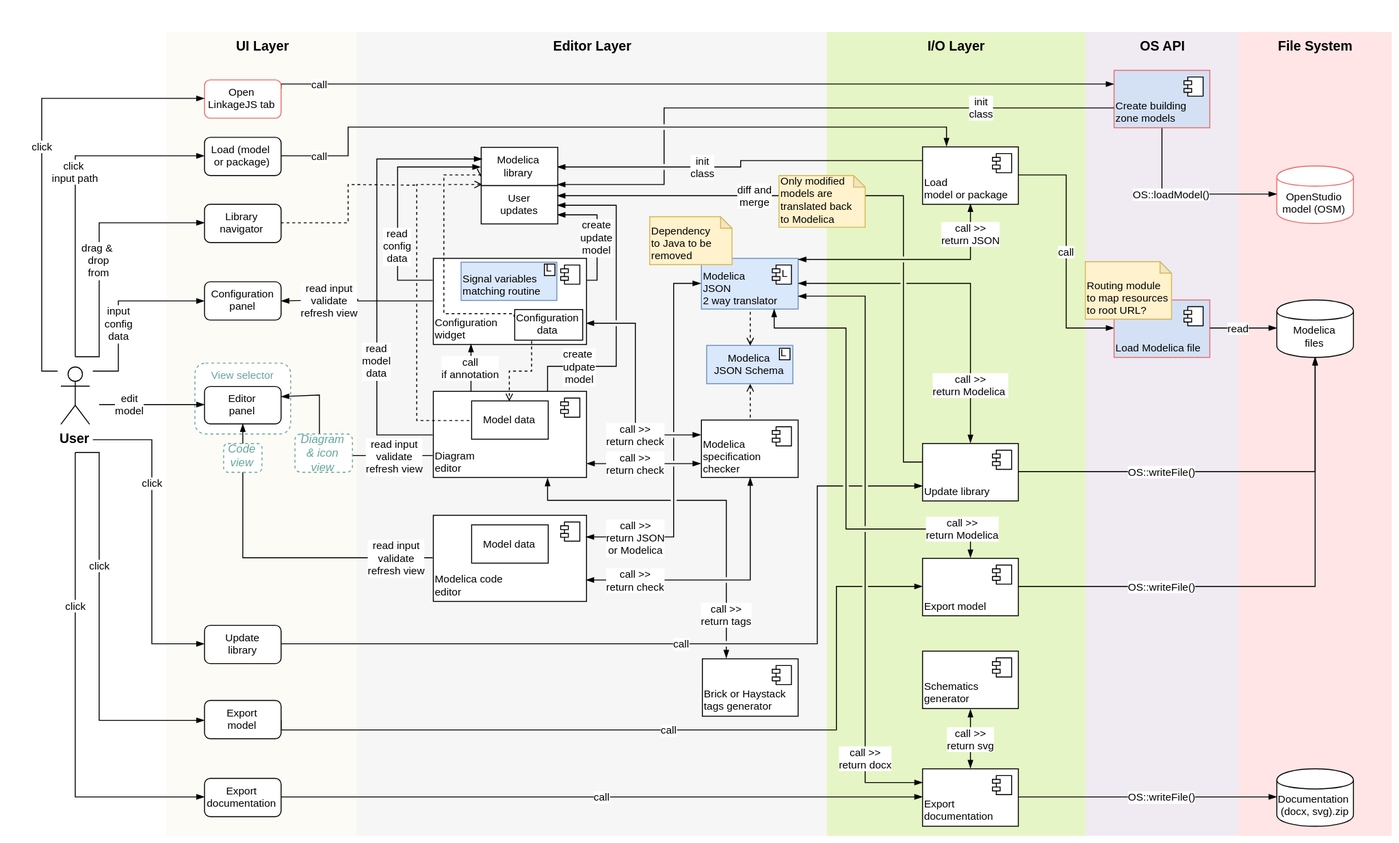
Above: specification/build/html/_images/linkage_architecture_os.svg in lbl-srg/ctrl-flow (draw.io), before the change. Source tidied: cells renumbered, new cells last; positions are measured from the earlier drawing's top-left corner, leaving out a move shared by most shapes.
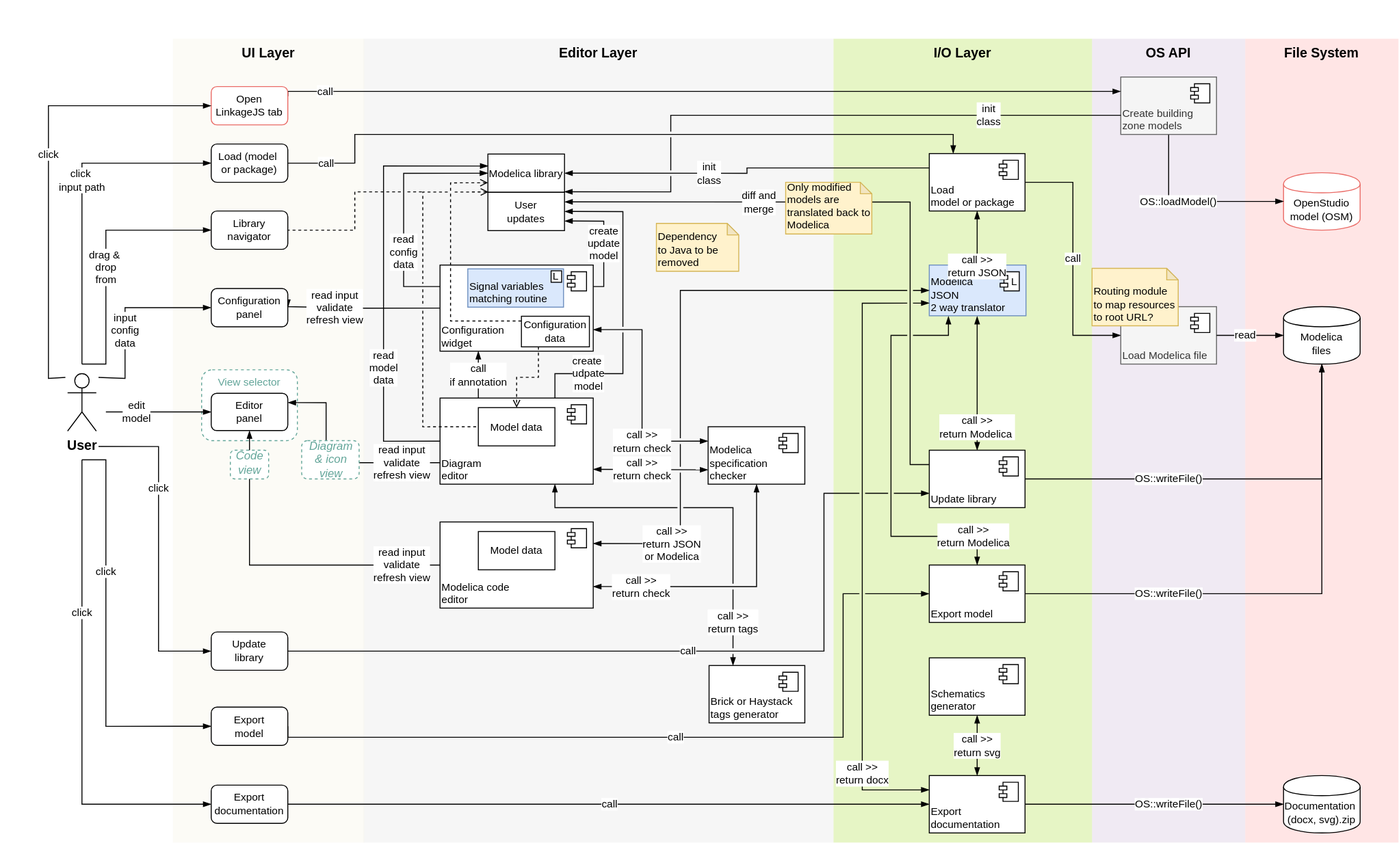
Later version of the same file.

The edit, as a diff of the source:
```diff
@@ -82,7 +82,7 @@
       <mxGeometry x="0.22" relative="1" as="geometry" />
     </mxCell>
     <mxCell id="21" value="Modelica&lt;br&gt;JSON&lt;br&gt;2 way translator" style="html=1;verticalAlign=bottom;align=left;fillColor=#dae8fc;strokeColor=#6c8ebf;fontSize=11;" parent="1" vertex="1">
-      <mxGeometry x="689" y="236.5" width="101" height="53" as="geometry" />
+      <mxGeometry x="920" y="236.5" width="101" height="53" as="geometry" />
     </mxCell>
     <mxCell id="22" value="L" style="shape=component;jettyWidth=8;jettyHeight=4;align=right;fontSize=11;" parent="21" vertex="1">
       <mxGeometry x="1" width="20" height="20" relative="1" as="geometry">
@@ -109,14 +109,14 @@
       </mxGeometry>
     </mxCell>
     <mxCell id="26" value="call &amp;gt;&amp;gt;&lt;br style=&quot;font-size: 11px&quot;&gt;return JSON" style="edgeStyle=orthogonalEdgeStyle;rounded=0;jettySize=auto;html=1;exitX=0.5;exitY=1;exitDx=0;exitDy=0;endArrow=blockThin;endFill=1;startArrow=blockThin;startFill=1;fontSize=11;" parent="1" edge="1" source="28">
-      <mxGeometry x="-0.73" relative="1" as="geometry">
-        <mxPoint x="790" y="237.7" as="targetPoint" />
+      <mxGeometry x="1" y="-28" relative="1" as="geometry">
+        <mxPoint x="970" y="238" as="targetPoint" />
         <Array as="points">
           <mxPoint x="970" y="238" />
         </Array>
       </mxGeometry>
     </mxCell>
-    <mxCell id="27" value="call" style="edgeStyle=orthogonalEdgeStyle;rounded=0;jettySize=auto;html=1;exitX=1;exitY=0.5;exitDx=0;exitDy=0;entryX=0;entryY=0.5;entryDx=0;entryDy=0;endArrow=blockThin;endFill=1;noJump=0;jumpStyle=gap;" parent="1" edge="1" source="28" target="97">
+    <mxCell id="27" value="call" style="edgeStyle=orthogonalEdgeStyle;rounded=0;jettySize=auto;html=1;exitX=1;exitY=0.5;exitDx=0;exitDy=0;entryX=0;entryY=0.5;entryDx=0;entryDy=0;endArrow=blockThin;endFill=1;noJump=0;jumpStyle=gap;" parent="1" edge="1" source="28" target="92">
       <mxGeometry relative="1" as="geometry" />
     </mxCell>
     <mxCell id="28" value="Load &lt;br&gt;model or package" style="html=1;verticalAlign=bottom;align=left;fontSize=11;" parent="1" vertex="1">
@@ -158,14 +158,15 @@
     <mxCell id="36" value="diff and&lt;br style=&quot;font-size: 11px;&quot;&gt;merge" style="edgeStyle=orthogonalEdgeStyle;rounded=0;jettySize=auto;html=1;exitX=0;exitY=0.25;exitDx=0;exitDy=0;endArrow=blockThin;endFill=1;jumpStyle=gap;entryX=1;entryY=0.25;entryDx=0;entryDy=0;fontSize=11;" parent="1" edge="1" source="39" target="30">
       <mxGeometry x="0.38" relative="1" as="geometry">
         <Array as="points">
-          <mxPoint x="920" y="450" />
-          <mxPoint x="900" y="450" />
+          <mxPoint x="900" y="445" />
           <mxPoint x="900" y="171" />
         </Array>
       </mxGeometry>
     </mxCell>
-    <mxCell id="37" value="call &amp;gt;&amp;gt;&lt;br style=&quot;font-size: 11px&quot;&gt;return Modelica&amp;nbsp;" style="edgeStyle=orthogonalEdgeStyle;rounded=0;jumpStyle=gap;jettySize=auto;html=1;exitX=0.5;exitY=0;exitDx=0;exitDy=0;entryX=1;entryY=0.5;entryDx=0;entryDy=0;startArrow=blockThin;startFill=1;endArrow=blockThin;endFill=1;fontSize=11;" parent="1" edge="1" source="39" target="21">
-      <mxGeometry x="-0.66" relative="1" as="geometry" />
+    <mxCell id="37" value="call &amp;gt;&amp;gt;&lt;br style=&quot;font-size: 11px&quot;&gt;return Modelica&amp;nbsp;" style="edgeStyle=orthogonalEdgeStyle;rounded=0;jumpStyle=gap;jettySize=auto;html=1;exitX=0.5;exitY=0;exitDx=0;exitDy=0;startArrow=blockThin;startFill=1;endArrow=blockThin;endFill=1;fontSize=11;" parent="1" edge="1" source="39">
+      <mxGeometry x="-0.66" relative="1" as="geometry">
+        <mxPoint x="970" y="290" as="targetPoint" />
+      </mxGeometry>
     </mxCell>
     <mxCell id="38" value="OS::writeFile()" style="edgeStyle=orthogonalEdgeStyle;rounded=0;jettySize=auto;html=1;exitX=1;exitY=0.5;exitDx=0;exitDy=0;endArrow=blockThin;endFill=1;" parent="1" edge="1" source="39">
       <mxGeometry x="-0.3" relative="1" as="geometry">
@@ -246,12 +247,13 @@
         <mxPoint x="-27" y="7" as="offset" />
       </mxGeometry>
     </mxCell>
-    <mxCell id="56" value="call &amp;gt;&amp;gt;&lt;br style=&quot;font-size: 11px&quot;&gt;return Modelica" style="edgeStyle=orthogonalEdgeStyle;rounded=0;jumpStyle=gap;jettySize=auto;html=1;entryX=0.5;entryY=0;entryDx=0;entryDy=0;startArrow=blockThin;startFill=1;endArrow=blockThin;endFill=1;exitX=0.75;exitY=1;exitDx=0;exitDy=0;fontSize=11;" parent="1" edge="1" source="21" target="52">
+    <mxCell id="56" value="call &amp;gt;&amp;gt;&lt;br style=&quot;font-size: 11px&quot;&gt;return Modelica" style="edgeStyle=orthogonalEdgeStyle;rounded=0;jumpStyle=gap;jettySize=auto;html=1;entryX=0.5;entryY=0;entryDx=0;entryDy=0;startArrow=blockThin;startFill=1;endArrow=blockThin;endFill=1;fontSize=11;" parent="1" edge="1" target="52">
       <mxGeometry x="0.83" relative="1" as="geometry">
+        <mxPoint x="940" y="290" as="sourcePoint" />
         <Array as="points">
-          <mxPoint x="765" y="310" />
-          <mxPoint x="840" y="310" />
-          <mxPoint x="840" y="520" />
+          <mxPoint x="940" y="310" />
+          <mxPoint x="880" y="310" />
+          <mxPoint x="880" y="520" />
           <mxPoint x="970" y="520" />
         </Array>
       </mxGeometry>
@@ -273,11 +275,11 @@
         <mxPoint x="-27" y="7" as="offset" />
       </mxGeometry>
     </mxCell>
-    <mxCell id="62" value="call &amp;gt;&amp;gt;&lt;br style=&quot;font-size: 11px&quot;&gt;return docx" style="edgeStyle=orthogonalEdgeStyle;rounded=0;jumpStyle=gap;jettySize=auto;html=1;entryX=0;entryY=0.25;entryDx=0;entryDy=0;startArrow=blockThin;startFill=1;endArrow=blockThin;endFill=1;fontSize=11;exitX=1;exitY=0.75;exitDx=0;exitDy=0;" parent="1" edge="1" source="21" target="54">
+    <mxCell id="62" value="call &amp;gt;&amp;gt;&lt;br style=&quot;font-size: 11px&quot;&gt;return docx" style="edgeStyle=orthogonalEdgeStyle;rounded=0;jumpStyle=gap;jettySize=auto;html=1;entryX=0;entryY=0.25;entryDx=0;entryDy=0;startArrow=blockThin;startFill=1;endArrow=blockThin;endFill=1;fontSize=11;exitX=0;exitY=0.75;exitDx=0;exitDy=0;" parent="1" edge="1" source="21" target="54">
       <mxGeometry x="0.73" relative="1" as="geometry">
         <Array as="points">
-          <mxPoint x="860" y="276" />
-          <mxPoint x="860" y="785" />
+          <mxPoint x="850" y="276" />
+          <mxPoint x="850" y="785" />
         </Array>
       </mxGeometry>
     </mxCell>
@@ -392,94 +394,79 @@
         <mxPoint x="-27" y="7" as="offset" />
       </mxGeometry>
     </mxCell>
-    <mxCell id="89" style="group;" parent="1" vertex="1">
-      <mxGeometry x="694.5" y="327.5" width="90" height="40" as="geometry" />
+    <mxCell id="89" value="call &amp;gt;&amp;gt;&lt;br style=&quot;font-size: 11px&quot;&gt;return JSON&lt;br&gt;or Modelica" style="edgeStyle=orthogonalEdgeStyle;rounded=0;jumpStyle=gap;jettySize=auto;html=1;endArrow=blockThin;endFill=1;startArrow=blockThin;startFill=1;fontSize=11;exitX=1;exitY=0.25;exitDx=0;exitDy=0;entryX=0;entryY=0.5;entryDx=0;entryDy=0;" parent="1" edge="1" source="76" target="21">
+      <mxGeometry x="-0.73" relative="1" as="geometry">
+        <Array as="points">
+          <mxPoint x="660" y="527" />
+          <mxPoint x="660" y="263" />
+        </Array>
+      </mxGeometry>
     </mxCell>
-    <mxCell id="90" value="Modelica&lt;br style=&quot;font-size: 11px;&quot;&gt;JSON Schema" style="html=1;fillColor=#dae8fc;align=center;whiteSpace=wrap;strokeColor=#6c8ebf;fontSize=11;" parent="89" vertex="1">
-      <mxGeometry width="90" height="40" as="geometry" />
+    <mxCell id="90" value="Dependency &lt;br&gt;to&amp;nbsp;Java to be removed" style="shape=note;whiteSpace=wrap;html=1;backgroundOutline=1;darkOpacity=0.05;fillColor=#fff2cc;fontSize=11;align=left;size=12;strokeColor=#d6b656;verticalAlign=bottom;" parent="1" vertex="1">
+      <mxGeometry x="635" y="193" width="86" height="50" as="geometry" />
     </mxCell>
-    <mxCell id="91" value="L" style="rounded=0;whiteSpace=wrap;html=1;align=left;fontSize=11;verticalAlign=middle;spacingBottom=2;" parent="89" vertex="1">
-      <mxGeometry x="76" y="3" width="11" height="12" as="geometry" />
+    <mxCell id="91" value="call &amp;gt;&amp;gt;&lt;br style=&quot;font-size: 11px&quot;&gt;return tags" style="edgeStyle=orthogonalEdgeStyle;rounded=0;jumpStyle=gap;jettySize=auto;html=1;entryX=0.25;entryY=0;entryDx=0;entryDy=0;endArrow=blockThin;endFill=1;startArrow=blockThin;startFill=1;fontSize=11;exitX=0.75;exitY=1;exitDx=0;exitDy=0;" parent="1" edge="1" source="44" target="87">
+      <mxGeometry x="0.76" relative="1" as="geometry">
+        <Array as="points">
+          <mxPoint x="529" y="490" />
+          <mxPoint x="715" y="490" />
+        </Array>
+      </mxGeometry>
     </mxCell>
-    <mxCell id="92" style="edgeStyle=orthogonalEdgeStyle;rounded=0;jettySize=auto;html=1;entryX=0.5;entryY=0;entryDx=0;entryDy=0;endArrow=none;endFill=0;dashed=1;startArrow=open;startFill=0;fontSize=11;exitX=0.5;exitY=1;exitDx=0;exitDy=0;" parent="1" edge="1" source="90" target="47">
-      <mxGeometry relative="1" as="geometry" />
+    <mxCell id="92" value="Load Modelica file" style="html=1;verticalAlign=bottom;align=left;fontSize=11;strokeColor=#666666;fillColor=#f5f5f5;fontColor=#333333;" parent="1" vertex="1">
+      <mxGeometry x="1120" y="280" width="100" height="60" as="geometry" />
     </mxCell>
-    <mxCell id="93" style="edgeStyle=orthogonalEdgeStyle;rounded=0;jettySize=auto;html=1;entryX=0.5;entryY=1;entryDx=0;entryDy=0;endArrow=none;endFill=0;dashed=1;startArrow=open;startFill=0;fontSize=11;exitX=0.5;exitY=0;exitDx=0;exitDy=0;" parent="1" edge="1" source="90" target="21">
-      <mxGeometry relative="1" as="geometry" />
+    <mxCell id="93" style="shape=component;jettyWidth=8;jettyHeight=4;fontSize=11;" parent="92" vertex="1">
+      <mxGeometry x="1" width="20" height="20" relative="1" as="geometry">
+        <mxPoint x="-27" y="7" as="offset" />
+      </mxGeometry>
     </mxCell>
-    <mxCell id="94" value="call &amp;gt;&amp;gt;&lt;br style=&quot;font-size: 11px&quot;&gt;return JSON&lt;br&gt;or Modelica" style="edgeStyle=orthogonalEdgeStyle;rounded=0;jumpStyle=gap;jettySize=auto;html=1;endArrow=blockThin;endFill=1;startArrow=blockThin;startFill=1;fontSize=11;exitX=1;exitY=0.25;exitDx=0;exitDy=0;entryX=0;entryY=0.5;entryDx=0;entryDy=0;" parent="1" edge="1" source="76" target="21">
-      <mxGeometry x="-0.73" relative="1" as="geometry">
-        <Array as="points">
-          <mxPoint x="660" y="527" />
-          <mxPoint x="660" y="263" />
-        </Array>
-      </mxGeometry>
+    <mxCell id="94" value="read" style="edgeStyle=orthogonalEdgeStyle;rounded=0;jettySize=auto;html=1;endArrow=blockThin;endFill=1;fontSize=11;exitX=1;exitY=0.5;exitDx=0;exitDy=0;entryX=0;entryY=0.5;entryDx=0;entryDy=0;" parent="1" edge="1" source="92" target="16">
+      <mxGeometry x="-0.14" relative="1" as="geometry" />
     </mxCell>
-    <mxCell id="95" value="Dependency &lt;br&gt;to&amp;nbsp;Java to be removed" style="shape=note;whiteSpace=wrap;html=1;backgroundOutline=1;darkOpacity=0.05;fillColor=#fff2cc;fontSize=11;align=left;size=12;strokeColor=#d6b656;verticalAlign=bottom;" parent="1" vertex="1">
-      <mxGeometry x="635" y="193" width="86" height="50" as="geometry" />
+    <mxCell id="95" value="OpenStudio model (OSM)" style="shape=cylinder;whiteSpace=wrap;html=1;boundedLbl=1;backgroundOutline=1;fontSize=11;strokeColor=#EA6B66;" parent="1" vertex="1">
+      <mxGeometry x="1290" y="140" width="80" height="60" as="geometry" />
     </mxCell>
-    <mxCell id="96" value="call &amp;gt;&amp;gt;&lt;br style=&quot;font-size: 11px&quot;&gt;return tags" style="edgeStyle=orthogonalEdgeStyle;rounded=0;jumpStyle=gap;jettySize=auto;html=1;entryX=0.25;entryY=0;entryDx=0;entryDy=0;endArrow=blockThin;endFill=1;startArrow=blockThin;startFill=1;fontSize=11;exitX=0.75;exitY=1;exitDx=0;exitDy=0;" parent="1" edge="1" source="44" target="87">
-      <mxGeometry x="0.76" relative="1" as="geometry">
-        <Array as="points">
-          <mxPoint x="529" y="490" />
-          <mxPoint x="715" y="490" />
-        </Array>
-      </mxGeometry>
+    <mxCell id="96" value="OS::loadModel()" style="edgeStyle=orthogonalEdgeStyle;rounded=0;jettySize=auto;html=1;exitX=0.5;exitY=1;exitDx=0;exitDy=0;entryX=0;entryY=0.5;entryDx=0;entryDy=0;endArrow=blockThin;endFill=1;noJump=0;jumpStyle=gap;align=center;verticalAlign=middle;" parent="1" edge="1" source="97" target="95">
+      <mxGeometry x="-0.15" relative="1" as="geometry" />
     </mxCell>
-    <mxCell id="97" value="Load Modelica file" style="html=1;verticalAlign=bottom;align=left;fontSize=11;strokeColor=#EA6B66;fillColor=#D4E1F5;" parent="1" vertex="1">
-      <mxGeometry x="1120" y="280" width="100" height="60" as="geometry" />
+    <mxCell id="97" value="Create building&amp;nbsp;&lt;br&gt;zone models" style="html=1;verticalAlign=bottom;align=left;fontSize=11;strokeColor=#666666;fillColor=#f5f5f5;fontColor=#333333;" parent="1" vertex="1">
+      <mxGeometry x="1120" y="40" width="100" height="60" as="geometry" />
     </mxCell>
     <mxCell id="98" style="shape=component;jettyWidth=8;jettyHeight=4;fontSize=11;" parent="97" vertex="1">
       <mxGeometry x="1" width="20" height="20" relative="1" as="geometry">
         <mxPoint x="-27" y="7" as="offset" />
       </mxGeometry>
     </mxCell>
-    <mxCell id="99" value="read" style="edgeStyle=orthogonalEdgeStyle;rounded=0;jettySize=auto;html=1;endArrow=blockThin;endFill=1;fontSize=11;exitX=1;exitY=0.5;exitDx=0;exitDy=0;entryX=0;entryY=0.5;entryDx=0;entryDy=0;" parent="1" edge="1" source="97" target="16">
-      <mxGeometry x="-0.14" relative="1" as="geometry" />
+    <mxCell id="99" value="call" style="edgeStyle=orthogonalEdgeStyle;rounded=0;jettySize=auto;html=1;exitX=1;exitY=0.25;exitDx=0;exitDy=0;entryX=0;entryY=0.25;entryDx=0;entryDy=0;endArrow=blockThin;endFill=1;" parent="1" edge="1" source="100" target="97">
+      <mxGeometry x="-0.9" relative="1" as="geometry">
+        <Array as="points">
+          <mxPoint x="250" y="55" />
+        </Array>
+      </mxGeometry>
     </mxCell>
-    <mxCell id="100" value="OpenStudio model (OSM)" style="shape=cylinder;whiteSpace=wrap;html=1;boundedLbl=1;backgroundOutline=1;fontSize=11;strokeColor=#EA6B66;" parent="1" vertex="1">
-      <mxGeometry x="1290" y="140" width="80" height="60" as="geometry" />
+    <mxCell id="100" value="Open LinkageJS tab" style="rounded=1;whiteSpace=wrap;html=1;fillColor=#ffffff;fontSize=11;align=center;strokeColor=#EA6B66;" parent="1" vertex="1">
+      <mxGeometry x="170" y="50" width="80" height="40" as="geometry" />
     </mxCell>
-    <mxCell id="101" value="OS::loadModel()" style="edgeStyle=orthogonalEdgeStyle;rounded=0;jettySize=auto;html=1;exitX=0.5;exitY=1;exitDx=0;exitDy=0;entryX=0;entryY=0.5;entryDx=0;entryDy=0;endArrow=blockThin;endFill=1;noJump=0;jumpStyle=gap;align=center;verticalAlign=middle;" parent="1" edge="1" source="102" target="100">
-      <mxGeometry x="-0.15" relative="1" as="geometry" />
+    <mxCell id="101" value="click" style="edgeStyle=orthogonalEdgeStyle;rounded=0;jettySize=auto;html=1;exitX=0;exitY=0;exitDx=0;exitDy=0;endArrow=blockThin;endFill=1;entryX=0;entryY=0.5;entryDx=0;entryDy=0;fontSize=11;" parent="1" edge="1" source="35" target="100">
+      <mxGeometry x="0.07" relative="1" as="geometry">
+        <Array as="points">
+          <mxPoint y="355" />
+          <mxPoint y="70" />
+        </Array>
+      </mxGeometry>
     </mxCell>
-    <mxCell id="102" value="Create building&amp;nbsp;&lt;br&gt;zone models" style="html=1;verticalAlign=bottom;align=left;fontSize=11;strokeColor=#EA6B66;fillColor=#D4E1F5;" parent="1" vertex="1">
-      <mxGeometry x="1120" y="40" width="100" height="60" as="geometry" />
+    <mxCell id="102" value="init&lt;br&gt;class" style="edgeStyle=orthogonalEdgeStyle;rounded=0;jettySize=auto;html=1;endArrow=blockThin;endFill=1;noJump=0;jumpStyle=gap;entryX=0.998;entryY=0.986;entryDx=0;entryDy=0;entryPerimeter=0;" parent="1" edge="1" target="24">
+      <mxGeometry x="-0.58" relative="1" as="geometry">
+        <mxPoint x="1120" y="80" as="sourcePoint" />
+        <Array as="points">
+          <mxPoint x="650" y="80" />
+          <mxPoint x="650" y="160" />
+        </Array>
+      </mxGeometry>
     </mxCell>
-    <mxCell id="103" style="shape=component;jettyWidth=8;jettyHeight=4;fontSize=11;" parent="102" vertex="1">
-      <mxGeometry x="1" width="20" height="20" relative="1" as="geometry">
-        <mxPoint x="-27" y="7" as="offset" />
-      </mxGeometry>
+    <mxCell id="103" value="Routing module to map resources to root URL?&amp;nbsp;" style="shape=note;whiteSpace=wrap;html=1;backgroundOutline=1;darkOpacity=0.05;fillColor=#fff2cc;fontSize=11;align=left;size=12;strokeColor=#d6b656;verticalAlign=bottom;" parent="1" vertex="1">
+      <mxGeometry x="1090" y="240" width="90" height="60" as="geometry" />
     </mxCell>
-    <mxCell id="104" value="call" style="edgeStyle=orthogonalEdgeStyle;rounded=0;jettySize=auto;html=1;exitX=1;exitY=0.25;exitDx=0;exitDy=0;entryX=0;entryY=0.25;entryDx=0;entryDy=0;endArrow=blockThin;endFill=1;" parent="1" edge="1" source="105" target="102">
-      <mxGeometry x="-0.9" relative="1" as="geometry">
-        <Array as="points">
-          <mxPoint x="250" y="55" />
-        </Array>
-      </mxGeometry>
-    </mxCell>
-    <mxCell id="105" value="Open LinkageJS tab" style="rounded=1;whiteSpace=wrap;html=1;fillColor=#ffffff;fontSize=11;align=center;strokeColor=#EA6B66;" parent="1" vertex="1">
-      <mxGeometry x="170" y="50" width="80" height="40" as="geometry" />
-    </mxCell>
-    <mxCell id="106" value="click" style="edgeStyle=orthogonalEdgeStyle;rounded=0;jettySize=auto;html=1;exitX=0;exitY=0;exitDx=0;exitDy=0;endArrow=blockThin;endFill=1;entryX=0;entryY=0.5;entryDx=0;entryDy=0;fontSize=11;" parent="1" edge="1" source="35" target="105">
-      <mxGeometry x="0.07" relative="1" as="geometry">
-        <Array as="points">
-          <mxPoint y="355" />
-          <mxPoint y="70" />
-        </Array>
-      </mxGeometry>
-    </mxCell>
-    <mxCell id="107" value="init&lt;br&gt;class" style="edgeStyle=orthogonalEdgeStyle;rounded=0;jettySize=auto;html=1;endArrow=blockThin;endFill=1;noJump=0;jumpStyle=gap;entryX=0.998;entryY=0.986;entryDx=0;entryDy=0;entryPerimeter=0;" parent="1" edge="1" target="24">
-      <mxGeometry x="-0.58" relative="1" as="geometry">
-        <mxPoint x="1120" y="79.3" as="sourcePoint" />
-        <Array as="points">
-          <mxPoint x="650" y="80" />
-          <mxPoint x="650" y="160" />
-        </Array>
-      </mxGeometry>
-    </mxCell>
-    <mxCell id="108" value="Routing module to map resources to root URL?&amp;nbsp;" style="shape=note;whiteSpace=wrap;html=1;backgroundOutline=1;darkOpacity=0.05;fillColor=#fff2cc;fontSize=11;align=left;size=12;strokeColor=#d6b656;verticalAlign=bottom;" parent="1" vertex="1">
-      <mxGeometry x="1090" y="240" width="90" height="60" as="geometry" />
-    </mxCell>
   </root>
 </mxGraphModel>
```
